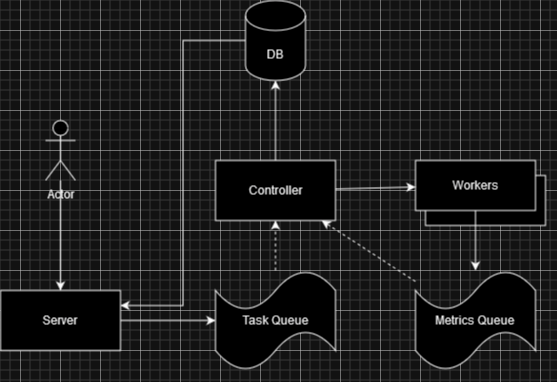
Above: load-tester-architecture.png in xi4169-rbhatnagar/load-tester (draw.io), before the change. Source tidied: cells renumbered, new cells last; positions are measured from the earlier drawing's top-left corner, leaving out a move shared by most shapes.
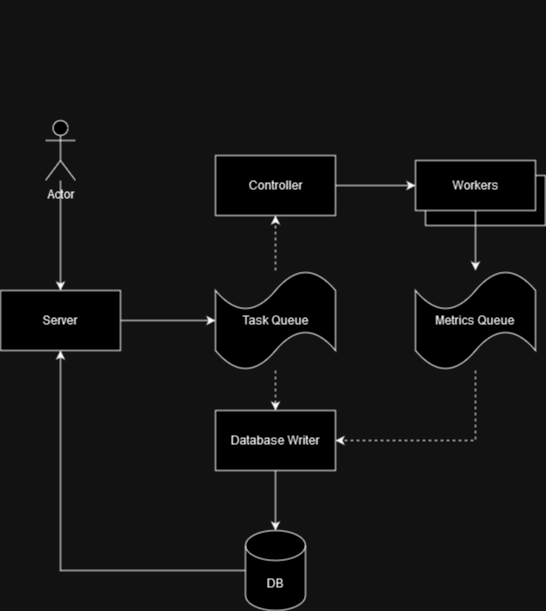
Above is the later version.

Commit message:
Update load-tester architecture image

What changed in the source:
```diff
@@ -39,25 +39,35 @@
       <mxGeometry x="415" y="270" width="120" height="100" as="geometry" />
     </mxCell>
     <mxCell id="14" value="Controller" style="rounded=0;whiteSpace=wrap;html=1;" parent="2" vertex="1">
-      <mxGeometry x="215" y="160" width="120" height="60" as="geometry" />
+      <mxGeometry x="215" y="155" width="120" height="60" as="geometry" />
     </mxCell>
     <mxCell id="15" style="edgeStyle=orthogonalEdgeStyle;rounded=0;jettySize=auto;html=1;dashed=1;" parent="2" edge="1" source="4" target="14">
       <mxGeometry relative="1" as="geometry" />
     </mxCell>
-    <mxCell id="16" style="rounded=0;jettySize=auto;html=1;dashed=1;" parent="2" edge="1" source="13" target="14">
-      <mxGeometry relative="1" as="geometry" />
-    </mxCell>
     <mxCell id="17" style="edgeStyle=orthogonalEdgeStyle;rounded=0;jettySize=auto;html=1;" parent="2" edge="1" source="8" target="13">
       <mxGeometry relative="1" as="geometry" />
     </mxCell>
+    <mxCell id="19" value="DB" style="shape=cylinder3;whiteSpace=wrap;html=1;boundedLbl=1;backgroundOutline=1;size=15;" parent="1" vertex="1">
+      <mxGeometry x="245" y="530" width="60" height="80" as="geometry" />
+    </mxCell>
-    <mxCell id="18" style="edgeStyle=orthogonalEdgeStyle;rounded=0;jettySize=auto;html=1;entryX=1;entryY=0.25;entryDx=0;entryDy=0;" parent="2" edge="1" source="19" target="10">
+    <mxCell id="18" style="edgeStyle=orthogonalEdgeStyle;rounded=0;jettySize=auto;html=1;" parent="1" edge="1" source="19" target="10">
       <mxGeometry relative="1" as="geometry" />
     </mxCell>
-    <mxCell id="19" value="DB" style="shape=cylinder3;whiteSpace=wrap;html=1;boundedLbl=1;backgroundOutline=1;size=15;" parent="2" vertex="1">
-      <mxGeometry x="245" width="60" height="80" as="geometry" />
-    </mxCell>
-    <mxCell id="20" style="edgeStyle=orthogonalEdgeStyle;rounded=0;jettySize=auto;html=1;" parent="2" edge="1" source="14" target="19">
-      <mxGeometry relative="1" as="geometry" />
-    </mxCell>
+    <mxCell id="21" style="edgeStyle=orthogonalEdgeStyle;rounded=0;jettySize=auto;html=1;" parent="1" edge="1" source="22" target="19">
+      <mxGeometry relative="1" as="geometry" />
+    </mxCell>
+    <mxCell id="22" value="Database Writer" style="rounded=0;whiteSpace=wrap;html=1;" parent="1" vertex="1">
+      <mxGeometry x="215" y="410" width="120" height="60" as="geometry" />
+    </mxCell>
+    <mxCell id="23" style="edgeStyle=orthogonalEdgeStyle;rounded=0;jettySize=auto;html=1;dashed=1;" parent="1" edge="1" source="4" target="22">
+      <mxGeometry relative="1" as="geometry" />
+    </mxCell>
+    <mxCell id="24" style="edgeStyle=orthogonalEdgeStyle;rounded=0;jettySize=auto;html=1;dashed=1;" parent="1" edge="1" source="13" target="22">
+      <mxGeometry relative="1" as="geometry">
+        <Array as="points">
+          <mxPoint x="475" y="440" />
+        </Array>
+      </mxGeometry>
+    </mxCell>
   </root>
 </mxGraphModel>
```
